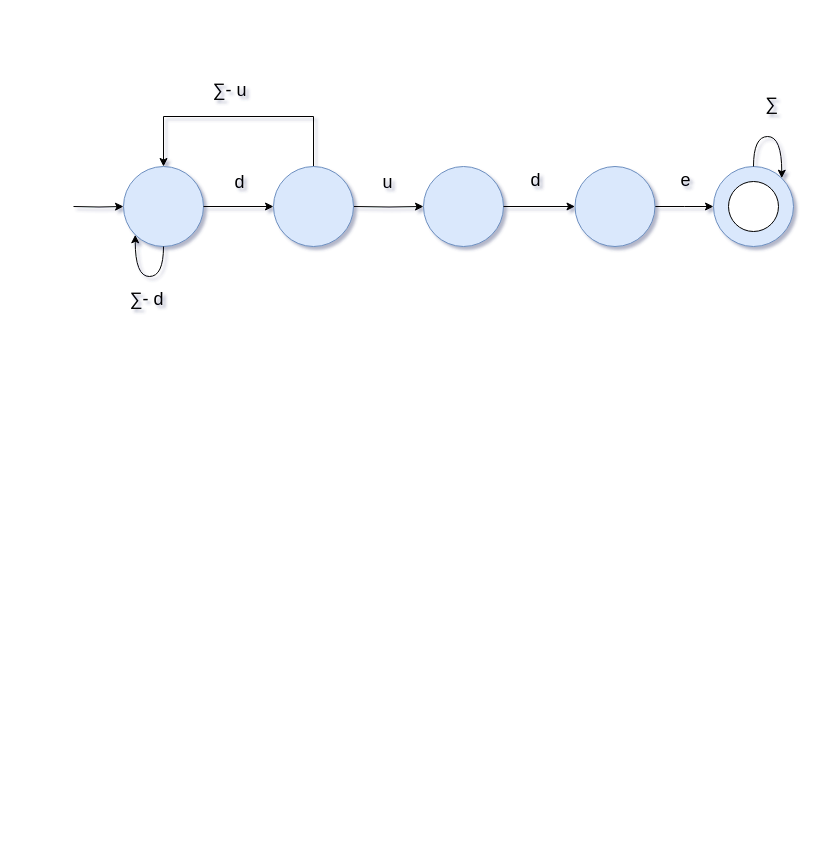
Before: Untitled Diagram.drawio in mohsenkamini/SBU_FLA, a draw.io diagram. Source tidied: cells renumbered, new cells numbered last; positions are measured from the earlier drawing's top-left corner, leaving out a move shared by most shapes. Both pictures are drawn from the tidied source at 100%, with x=0, y=0 at pixel (73, 67).
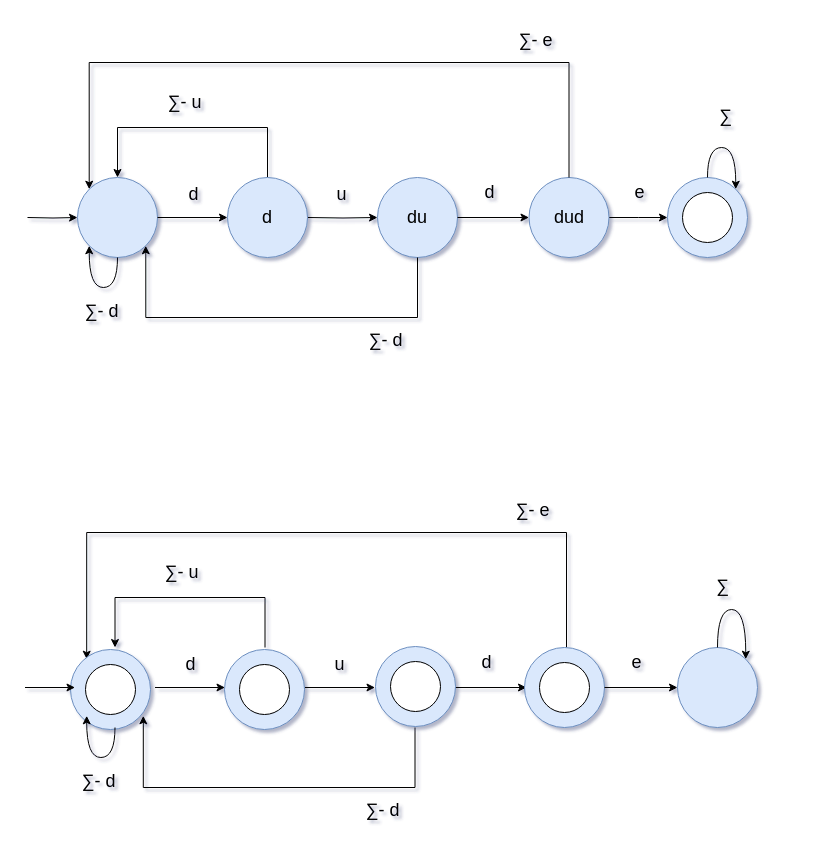
The same diagram, later.

Change to the diagram source:
```diff
@@
-    <mxCell id="2" style="edgeStyle=orthogonalEdgeStyle;rounded=0;jettySize=auto;html=1;entryX=0;entryY=0.5;entryDx=0;entryDy=0;" parent="1" edge="1" target="3">
+    <mxCell id="2" style="edgeStyle=orthogonalEdgeStyle;rounded=0;jettySize=auto;html=1;entryX=0;entryY=0.5;entryDx=0;entryDy=0;fontSize=18;" parent="1" edge="1" target="3">
       <mxGeometry relative="1" as="geometry">
-        <mxPoint y="139" as="sourcePoint" />
+        <mxPoint x="-46" y="150" as="sourcePoint" />
       </mxGeometry>
     </mxCell>
-    <mxCell id="3" style="ellipse;whiteSpace=wrap;html=1;hachureGap=4;fillColor=#dae8fc;strokeColor=#6c8ebf;rounded=0;" parent="1" vertex="1">
-      <mxGeometry x="50" y="99" width="80" height="80" as="geometry" />
+    <mxCell id="3" style="ellipse;whiteSpace=wrap;html=1;hachureGap=4;fillColor=#dae8fc;strokeColor=#6c8ebf;rounded=0;fontSize=18;" parent="1" vertex="1">
+      <mxGeometry x="4" y="110" width="80" height="80" as="geometry" />
     </mxCell>
-    <mxCell id="4" style="edgeStyle=orthogonalEdgeStyle;rounded=0;jettySize=auto;html=1;exitX=1;exitY=0.5;exitDx=0;exitDy=0;entryX=0;entryY=0.5;entryDx=0;entryDy=0;" parent="1" edge="1" source="3" target="23">
+    <mxCell id="4" style="edgeStyle=orthogonalEdgeStyle;rounded=0;jettySize=auto;html=1;exitX=1;exitY=0.5;exitDx=0;exitDy=0;entryX=0;entryY=0.5;entryDx=0;entryDy=0;fontSize=18;" parent="1" edge="1" source="3" target="23">
       <mxGeometry relative="1" as="geometry" />
     </mxCell>
-    <mxCell id="5" style="edgeStyle=orthogonalEdgeStyle;rounded=0;jettySize=auto;html=1;exitX=1;exitY=0.5;exitDx=0;exitDy=0;entryX=0;entryY=0.5;entryDx=0;entryDy=0;" parent="1" edge="1" target="7">
+    <mxCell id="5" style="edgeStyle=orthogonalEdgeStyle;rounded=0;jettySize=auto;html=1;exitX=1;exitY=0.5;exitDx=0;exitDy=0;entryX=0;entryY=0.5;entryDx=0;entryDy=0;fontSize=18;" parent="1" edge="1" target="7">
       <mxGeometry relative="1" as="geometry">
-        <mxPoint x="280" y="139" as="sourcePoint" />
+        <mxPoint x="234" y="150" as="sourcePoint" />
       </mxGeometry>
     </mxCell>
-    <mxCell id="6" style="group;" parent="1" vertex="1">
-      <mxGeometry x="350" y="99" width="80" height="80" as="geometry" />
+    <mxCell id="6" style="group;fontSize=18;" parent="1" vertex="1">
+      <mxGeometry x="304" y="110" width="80" height="80" as="geometry" />
     </mxCell>
-    <mxCell id="7" style="ellipse;whiteSpace=wrap;html=1;hachureGap=4;fillColor=#dae8fc;strokeColor=#6c8ebf;rounded=0;" parent="6" vertex="1">
+    <mxCell id="7" value="du" style="ellipse;whiteSpace=wrap;html=1;hachureGap=4;fillColor=#dae8fc;strokeColor=#6c8ebf;rounded=0;fontSize=18;" parent="6" vertex="1">
       <mxGeometry width="80" height="80" as="geometry" />
     </mxCell>
     <mxCell id="8" value="u" style="text;html=1;align=center;verticalAlign=middle;strokeColor=none;fillColor=none;fontSize=18;" parent="1" vertex="1">
-      <mxGeometry x="291.5" y="92" width="45" height="45" as="geometry" />
+      <mxGeometry x="245.5" y="104" width="45" height="45" as="geometry" />
     </mxCell>
-    <mxCell id="9" style="group;" parent="1" vertex="1">
-      <mxGeometry x="501.5" y="99" width="80" height="80" as="geometry" />
+    <mxCell id="9" style="group;fontSize=18;" parent="1" vertex="1">
+      <mxGeometry x="455.5" y="110" width="80" height="80" as="geometry" />
     </mxCell>
-    <mxCell id="10" style="edgeStyle=orthogonalEdgeStyle;rounded=0;jettySize=auto;html=1;exitX=1;exitY=0.5;exitDx=0;exitDy=0;" parent="9" edge="1" source="11">
+    <mxCell id="10" style="edgeStyle=orthogonalEdgeStyle;rounded=0;jettySize=auto;html=1;exitX=1;exitY=0.5;exitDx=0;exitDy=0;fontSize=18;" parent="9" edge="1" source="11">
       <mxGeometry relative="1" as="geometry">
         <mxPoint x="138.5" y="40" as="targetPoint" />
       </mxGeometry>
     </mxCell>
-    <mxCell id="11" style="ellipse;whiteSpace=wrap;html=1;hachureGap=4;fillColor=#dae8fc;strokeColor=#6c8ebf;rounded=0;" parent="9" vertex="1">
+    <mxCell id="11" value="dud" style="ellipse;whiteSpace=wrap;html=1;hachureGap=4;fillColor=#dae8fc;strokeColor=#6c8ebf;rounded=0;fontSize=18;" parent="9" vertex="1">
       <mxGeometry width="80" height="80" as="geometry" />
     </mxCell>
-    <mxCell id="12" style="edgeStyle=orthogonalEdgeStyle;rounded=0;jettySize=auto;html=1;exitX=1;exitY=0.5;exitDx=0;exitDy=0;entryX=0;entryY=0.5;entryDx=0;entryDy=0;" parent="1" edge="1" source="7" target="11">
+    <mxCell id="12" style="edgeStyle=orthogonalEdgeStyle;rounded=0;jettySize=auto;html=1;exitX=1;exitY=0.5;exitDx=0;exitDy=0;entryX=0;entryY=0.5;entryDx=0;entryDy=0;fontSize=18;" parent="1" edge="1" source="7" target="11">
       <mxGeometry relative="1" as="geometry" />
     </mxCell>
     <mxCell id="13" value="d" style="text;html=1;align=center;verticalAlign=middle;strokeColor=none;fillColor=none;fontSize=18;" parent="1" vertex="1">
-      <mxGeometry x="439" y="90" width="45" height="45" as="geometry" />
+      <mxGeometry x="393" y="102" width="45" height="45" as="geometry" />
     </mxCell>
     <mxCell id="14" value="e" style="text;html=1;align=center;verticalAlign=middle;strokeColor=none;fillColor=none;fontSize=18;" parent="1" vertex="1">
-      <mxGeometry x="589" y="90" width="45" height="45" as="geometry" />
+      <mxGeometry x="543" y="102" width="45" height="45" as="geometry" />
     </mxCell>
-    <mxCell id="15" style="ellipse;whiteSpace=wrap;html=1;hachureGap=4;fillColor=#dae8fc;strokeColor=#6c8ebf;rounded=0;" parent="1" vertex="1">
-      <mxGeometry x="640" y="99" width="80" height="80" as="geometry" />
+    <mxCell id="15" style="ellipse;whiteSpace=wrap;html=1;hachureGap=4;fillColor=#dae8fc;strokeColor=#6c8ebf;rounded=0;fontSize=18;" parent="1" vertex="1">
+      <mxGeometry x="594" y="110" width="80" height="80" as="geometry" />
     </mxCell>
-    <mxCell id="16" style="ellipse;whiteSpace=wrap;html=1;hachureGap=4;rounded=0;" parent="1" vertex="1">
-      <mxGeometry x="655" y="114" width="50" height="50" as="geometry" />
+    <mxCell id="16" style="ellipse;whiteSpace=wrap;html=1;hachureGap=4;rounded=0;fontSize=18;" parent="1" vertex="1">
+      <mxGeometry x="609" y="125" width="50" height="50" as="geometry" />
     </mxCell>
-    <mxCell id="17" style="edgeStyle=orthogonalEdgeStyle;rounded=0;jettySize=auto;html=1;exitX=0.5;exitY=0;exitDx=0;exitDy=0;entryX=0.5;entryY=0;entryDx=0;entryDy=0;" parent="1" edge="1" source="23" target="3">
+    <mxCell id="17" style="edgeStyle=orthogonalEdgeStyle;rounded=0;jettySize=auto;html=1;exitX=0.5;exitY=0;exitDx=0;exitDy=0;entryX=0.5;entryY=0;entryDx=0;entryDy=0;fontSize=18;" parent="1" edge="1" source="23" target="3">
       <mxGeometry relative="1" as="geometry">
         <Array as="points">
-          <mxPoint x="240" y="49" />
-          <mxPoint x="90" y="49" />
+          <mxPoint x="194" y="60" />
+          <mxPoint x="44" y="60" />
         </Array>
       </mxGeometry>
     </mxCell>
-    <mxCell id="18" style="edgeStyle=orthogonalEdgeStyle;rounded=0;orthogonalLoop=1;jettySize=auto;html=1;exitX=0.5;exitY=1;exitDx=0;exitDy=0;entryX=0;entryY=1;entryDx=0;entryDy=0;curved=1;" parent="1" edge="1" source="3" target="3">
+    <mxCell id="18" style="edgeStyle=orthogonalEdgeStyle;rounded=0;orthogonalLoop=1;jettySize=auto;html=1;exitX=0.5;exitY=1;exitDx=0;exitDy=0;entryX=0;entryY=1;entryDx=0;entryDy=0;curved=1;fontSize=18;" parent="1" edge="1" source="3" target="3">
       <mxGeometry relative="1" as="geometry">
         <Array as="points">
-          <mxPoint x="90" y="209" />
-          <mxPoint x="62" y="209" />
+          <mxPoint x="44" y="220" />
+          <mxPoint x="16" y="220" />
         </Array>
       </mxGeometry>
     </mxCell>
-    <mxCell id="19" style="edgeStyle=orthogonalEdgeStyle;rounded=0;orthogonalLoop=1;jettySize=auto;html=1;exitX=0.5;exitY=0;exitDx=0;exitDy=0;entryX=1;entryY=0;entryDx=0;entryDy=0;curved=1;" parent="1" edge="1" source="15" target="15">
+    <mxCell id="19" style="edgeStyle=orthogonalEdgeStyle;rounded=0;orthogonalLoop=1;jettySize=auto;html=1;exitX=0.5;exitY=0;exitDx=0;exitDy=0;entryX=1;entryY=0;entryDx=0;entryDy=0;curved=1;fontSize=18;" parent="1" edge="1" source="15" target="15">
       <mxGeometry relative="1" as="geometry">
         <Array as="points">
-          <mxPoint x="680" y="69" />
-          <mxPoint x="708" y="69" />
+          <mxPoint x="634" y="80" />
+          <mxPoint x="662" y="80" />
         </Array>
       </mxGeometry>
     </mxCell>
     <mxCell id="20" value="∑" style="text;html=1;align=center;verticalAlign=middle;strokeColor=none;fillColor=none;fontSize=18;" parent="1" vertex="1">
-      <mxGeometry x="675" y="14" width="45" height="45" as="geometry" />
+      <mxGeometry x="629" y="26" width="45" height="45" as="geometry" />
     </mxCell>
     <mxCell id="21" value="∑- u" style="text;html=1;align=center;verticalAlign=middle;strokeColor=none;fillColor=none;strokeWidth=1;fontSize=18;" parent="1" vertex="1">
-      <mxGeometry x="118" width="75" height="45" as="geometry" />
+      <mxGeometry x="73" y="12" width="75" height="45" as="geometry" />
     </mxCell>
-    <mxCell id="22" style="group;" parent="1" vertex="1">
-      <mxGeometry x="200" y="99" width="80" height="80" as="geometry" />
+    <mxCell id="22" style="group;fontSize=18;" parent="1" vertex="1">
+      <mxGeometry x="154" y="110" width="80" height="80" as="geometry" />
     </mxCell>
-    <mxCell id="23" style="ellipse;whiteSpace=wrap;html=1;hachureGap=4;fillColor=#dae8fc;strokeColor=#6c8ebf;rounded=0;" parent="22" vertex="1">
+    <mxCell id="23" value="d" style="ellipse;whiteSpace=wrap;html=1;hachureGap=4;fillColor=#dae8fc;strokeColor=#6c8ebf;rounded=0;fontSize=18;" parent="22" vertex="1">
       <mxGeometry width="80" height="80" as="geometry" />
     </mxCell>
     <mxCell id="24" value="d" style="text;html=1;align=center;verticalAlign=middle;strokeColor=none;fillColor=none;fontSize=18;" parent="1" vertex="1">
-      <mxGeometry x="143" y="92" width="45" height="45" as="geometry" />
+      <mxGeometry x="97" y="104" width="45" height="45" as="geometry" />
     </mxCell>
     <mxCell id="25" value="∑- d" style="text;html=1;align=center;verticalAlign=middle;strokeColor=none;fillColor=none;fontSize=18;" parent="1" vertex="1">
-      <mxGeometry x="35" y="209" width="75" height="45" as="geometry" />
+      <mxGeometry x="-10" y="221" width="75" height="45" as="geometry" />
     </mxCell>
+    <mxCell id="26" style="edgeStyle=orthogonalEdgeStyle;rounded=0;jettySize=auto;html=1;exitX=0.5;exitY=1;exitDx=0;exitDy=0;entryX=1;entryY=1;entryDx=0;entryDy=0;" parent="1" edge="1" source="7" target="3">
+      <mxGeometry relative="1" as="geometry">
+        <Array as="points">
+          <mxPoint x="344" y="250" />
+          <mxPoint x="72" y="250" />
+        </Array>
+      </mxGeometry>
+    </mxCell>
+    <mxCell id="27" value="∑- d" style="text;html=1;align=center;verticalAlign=middle;strokeColor=none;fillColor=none;fontSize=18;" parent="1" vertex="1">
+      <mxGeometry x="274" y="250" width="75" height="45" as="geometry" />
+    </mxCell>
+    <mxCell id="28" style="edgeStyle=orthogonalEdgeStyle;rounded=0;jettySize=auto;html=1;exitX=0.5;exitY=0;exitDx=0;exitDy=0;entryX=0;entryY=0;entryDx=0;entryDy=0;" parent="1" edge="1" source="11" target="3">
+      <mxGeometry relative="1" as="geometry">
+        <Array as="points">
+          <mxPoint x="496" y="-5" />
+          <mxPoint x="16" y="-5" />
+        </Array>
+      </mxGeometry>
+    </mxCell>
+    <mxCell id="29" value="∑- e" style="text;html=1;align=center;verticalAlign=middle;strokeColor=none;fillColor=none;fontSize=18;" parent="1" vertex="1">
+      <mxGeometry x="424" y="-50" width="75" height="45" as="geometry" />
+    </mxCell>
+    <mxCell id="30" style="edgeStyle=orthogonalEdgeStyle;rounded=0;orthogonalLoop=1;jettySize=auto;html=1;exitX=1;exitY=0.5;exitDx=0;exitDy=0;entryX=0;entryY=0.5;entryDx=0;entryDy=0;fontSize=18;" parent="1" edge="1">
+      <mxGeometry relative="1" as="geometry">
+        <mxPoint x="81.5" y="620" as="sourcePoint" />
+        <mxPoint x="151.5" y="620" as="targetPoint" />
+      </mxGeometry>
+    </mxCell>
+    <mxCell id="31" style="edgeStyle=orthogonalEdgeStyle;rounded=0;orthogonalLoop=1;jettySize=auto;html=1;exitX=1;exitY=0.5;exitDx=0;exitDy=0;entryX=0;entryY=0.5;entryDx=0;entryDy=0;fontSize=18;" parent="1" edge="1">
+      <mxGeometry relative="1" as="geometry">
+        <mxPoint x="231.5" y="620" as="sourcePoint" />
+        <mxPoint x="301.5" y="620" as="targetPoint" />
+      </mxGeometry>
+    </mxCell>
+    <mxCell id="32" value="u" style="text;html=1;align=center;verticalAlign=middle;strokeColor=none;fillColor=none;fontSize=18;" parent="1" vertex="1">
+      <mxGeometry x="243" y="574" width="45" height="45" as="geometry" />
+    </mxCell>
+    <mxCell id="33" style="edgeStyle=orthogonalEdgeStyle;rounded=0;orthogonalLoop=1;jettySize=auto;html=1;exitX=1;exitY=0.5;exitDx=0;exitDy=0;entryX=0;entryY=0.5;entryDx=0;entryDy=0;fontSize=18;" parent="1" edge="1">
+      <mxGeometry relative="1" as="geometry">
+        <mxPoint x="381.5" y="620" as="sourcePoint" />
+        <mxPoint x="453" y="620" as="targetPoint" />
+      </mxGeometry>
+    </mxCell>
+    <mxCell id="34" value="d" style="text;html=1;align=center;verticalAlign=middle;strokeColor=none;fillColor=none;fontSize=18;" parent="1" vertex="1">
+      <mxGeometry x="390.5" y="572" width="45" height="45" as="geometry" />
+    </mxCell>
+    <mxCell id="35" value="e" style="text;html=1;align=center;verticalAlign=middle;strokeColor=none;fillColor=none;fontSize=18;" parent="1" vertex="1">
+      <mxGeometry x="540.5" y="572" width="45" height="45" as="geometry" />
+    </mxCell>
+    <mxCell id="36" style="edgeStyle=orthogonalEdgeStyle;rounded=0;orthogonalLoop=1;jettySize=auto;html=1;exitX=0.5;exitY=0;exitDx=0;exitDy=0;entryX=0.5;entryY=0;entryDx=0;entryDy=0;fontSize=18;" parent="1" edge="1">
+      <mxGeometry relative="1" as="geometry">
+        <mxPoint x="191.5" y="580" as="sourcePoint" />
+        <mxPoint x="41.5" y="580" as="targetPoint" />
+        <Array as="points">
+          <mxPoint x="191.5" y="530" />
+          <mxPoint x="41.5" y="530" />
+        </Array>
+      </mxGeometry>
+    </mxCell>
+    <mxCell id="37" value="∑" style="text;html=1;align=center;verticalAlign=middle;strokeColor=none;fillColor=none;fontSize=18;" parent="1" vertex="1">
+      <mxGeometry x="626.5" y="496" width="45" height="45" as="geometry" />
+    </mxCell>
+    <mxCell id="38" value="∑- u" style="text;html=1;align=center;verticalAlign=middle;strokeColor=none;fillColor=none;strokeWidth=1;fontSize=18;" parent="1" vertex="1">
+      <mxGeometry x="70.5" y="482" width="75" height="45" as="geometry" />
+    </mxCell>
+    <mxCell id="39" value="d" style="text;html=1;align=center;verticalAlign=middle;strokeColor=none;fillColor=none;fontSize=18;" parent="1" vertex="1">
+      <mxGeometry x="94.5" y="574" width="45" height="45" as="geometry" />
+    </mxCell>
+    <mxCell id="40" value="∑- d" style="text;html=1;align=center;verticalAlign=middle;strokeColor=none;fillColor=none;fontSize=18;" parent="1" vertex="1">
+      <mxGeometry x="-12.5" y="691" width="75" height="45" as="geometry" />
+    </mxCell>
+    <mxCell id="41" style="edgeStyle=orthogonalEdgeStyle;rounded=0;orthogonalLoop=1;jettySize=auto;html=1;exitX=0.5;exitY=1;exitDx=0;exitDy=0;entryX=1;entryY=1;entryDx=0;entryDy=0;" parent="1" edge="1">
+      <mxGeometry relative="1" as="geometry">
+        <mxPoint x="341.5" y="660" as="sourcePoint" />
+        <mxPoint x="69.8" y="648.3" as="targetPoint" />
+        <Array as="points">
+          <mxPoint x="341.5" y="720" />
+          <mxPoint x="69.5" y="720" />
+        </Array>
+      </mxGeometry>
+    </mxCell>
+    <mxCell id="42" value="∑- d" style="text;html=1;align=center;verticalAlign=middle;strokeColor=none;fillColor=none;fontSize=18;" parent="1" vertex="1">
+      <mxGeometry x="271.5" y="720" width="75" height="45" as="geometry" />
+    </mxCell>
+    <mxCell id="43" style="edgeStyle=orthogonalEdgeStyle;rounded=0;orthogonalLoop=1;jettySize=auto;html=1;exitX=0.5;exitY=0;exitDx=0;exitDy=0;entryX=0;entryY=0;entryDx=0;entryDy=0;" parent="1" edge="1">
+      <mxGeometry relative="1" as="geometry">
+        <mxPoint x="493" y="580" as="sourcePoint" />
+        <mxPoint x="13.2" y="591.7" as="targetPoint" />
+        <Array as="points">
+          <mxPoint x="493.5" y="465" />
+          <mxPoint x="13.5" y="465" />
+        </Array>
+      </mxGeometry>
+    </mxCell>
+    <mxCell id="44" value="∑- e" style="text;html=1;align=center;verticalAlign=middle;strokeColor=none;fillColor=none;fontSize=18;" parent="1" vertex="1">
+      <mxGeometry x="421.5" y="420" width="75" height="45" as="geometry" />
+    </mxCell>
+    <mxCell id="45" style="group;" parent="1" vertex="1">
+      <mxGeometry x="451" y="580" width="80" height="80" as="geometry" />
+    </mxCell>
+    <mxCell id="46" style="ellipse;whiteSpace=wrap;html=1;hachureGap=4;fillColor=#dae8fc;strokeColor=#6c8ebf;rounded=0;fontSize=18;" parent="45" vertex="1">
+      <mxGeometry width="80" height="80" as="geometry" />
+    </mxCell>
+    <mxCell id="47" style="ellipse;whiteSpace=wrap;html=1;hachureGap=4;rounded=0;fontSize=18;" parent="45" vertex="1">
+      <mxGeometry x="15" y="15" width="50" height="50" as="geometry" />
+    </mxCell>
+    <mxCell id="48" style="group;" parent="1" vertex="1">
+      <mxGeometry x="302" y="579" width="80" height="80" as="geometry" />
+    </mxCell>
+    <mxCell id="49" style="ellipse;whiteSpace=wrap;html=1;hachureGap=4;fillColor=#dae8fc;strokeColor=#6c8ebf;rounded=0;fontSize=18;" parent="48" vertex="1">
+      <mxGeometry width="80" height="80" as="geometry" />
+    </mxCell>
+    <mxCell id="50" style="ellipse;whiteSpace=wrap;html=1;hachureGap=4;rounded=0;fontSize=18;" parent="48" vertex="1">
+      <mxGeometry x="15" y="15" width="50" height="50" as="geometry" />
+    </mxCell>
+    <mxCell id="51" style="group;" parent="1" vertex="1">
+      <mxGeometry x="151" y="582" width="80" height="80" as="geometry" />
+    </mxCell>
+    <mxCell id="52" style="ellipse;whiteSpace=wrap;html=1;hachureGap=4;fillColor=#dae8fc;strokeColor=#6c8ebf;rounded=0;fontSize=18;" parent="51" vertex="1">
+      <mxGeometry width="80" height="80" as="geometry" />
+    </mxCell>
+    <mxCell id="53" style="ellipse;whiteSpace=wrap;html=1;hachureGap=4;rounded=0;fontSize=18;" parent="51" vertex="1">
+      <mxGeometry x="15" y="15" width="50" height="50" as="geometry" />
+    </mxCell>
+    <mxCell id="54" style="group;" parent="1" vertex="1">
+      <mxGeometry x="-3" y="582" width="80" height="80" as="geometry" />
+    </mxCell>
+    <mxCell id="55" style="ellipse;whiteSpace=wrap;html=1;hachureGap=4;fillColor=#dae8fc;strokeColor=#6c8ebf;rounded=0;fontSize=18;" parent="54" vertex="1">
+      <mxGeometry width="80" height="80" as="geometry" />
+    </mxCell>
+    <mxCell id="56" style="ellipse;whiteSpace=wrap;html=1;hachureGap=4;rounded=0;fontSize=18;" parent="54" vertex="1">
+      <mxGeometry x="15" y="15" width="50" height="50" as="geometry" />
+    </mxCell>
+    <mxCell id="57" style="edgeStyle=orthogonalEdgeStyle;rounded=0;orthogonalLoop=1;jettySize=auto;html=1;exitX=0.5;exitY=1;exitDx=0;exitDy=0;entryX=0;entryY=1;entryDx=0;entryDy=0;curved=1;fontSize=18;" parent="1" edge="1">
+      <mxGeometry relative="1" as="geometry">
+        <mxPoint x="41.5" y="660" as="sourcePoint" />
+        <mxPoint x="13.2" y="648.3" as="targetPoint" />
+        <Array as="points">
+          <mxPoint x="41.5" y="690" />
+          <mxPoint x="13.5" y="690" />
+        </Array>
+      </mxGeometry>
+    </mxCell>
+    <mxCell id="58" style="edgeStyle=orthogonalEdgeStyle;rounded=0;orthogonalLoop=1;jettySize=auto;html=1;entryX=0;entryY=0.5;entryDx=0;entryDy=0;fontSize=18;" parent="1" edge="1">
+      <mxGeometry relative="1" as="geometry">
+        <mxPoint x="-48.5" y="620" as="sourcePoint" />
+        <mxPoint x="1.5" y="620" as="targetPoint" />
+      </mxGeometry>
+    </mxCell>
+    <mxCell id="59" style="ellipse;whiteSpace=wrap;html=1;hachureGap=4;fillColor=#dae8fc;strokeColor=#6c8ebf;rounded=0;fontSize=18;" parent="1" vertex="1">
+      <mxGeometry x="604" y="580" width="80" height="80" as="geometry" />
+    </mxCell>
+    <mxCell id="60" style="edgeStyle=orthogonalEdgeStyle;rounded=0;jettySize=auto;html=1;exitX=1;exitY=0.5;exitDx=0;exitDy=0;entryX=0;entryY=0.5;entryDx=0;entryDy=0;" parent="1" edge="1" source="46" target="59">
+      <mxGeometry relative="1" as="geometry" />
+    </mxCell>
+    <mxCell id="61" style="edgeStyle=orthogonalEdgeStyle;rounded=0;orthogonalLoop=1;jettySize=auto;html=1;exitX=0.5;exitY=0;exitDx=0;exitDy=0;entryX=1;entryY=0;entryDx=0;entryDy=0;curved=1;" parent="1" edge="1" source="59" target="59">
+      <mxGeometry relative="1" as="geometry">
+        <Array as="points">
+          <mxPoint x="644" y="542" />
+          <mxPoint x="672" y="542" />
+        </Array>
+      </mxGeometry>
+    </mxCell>
```
